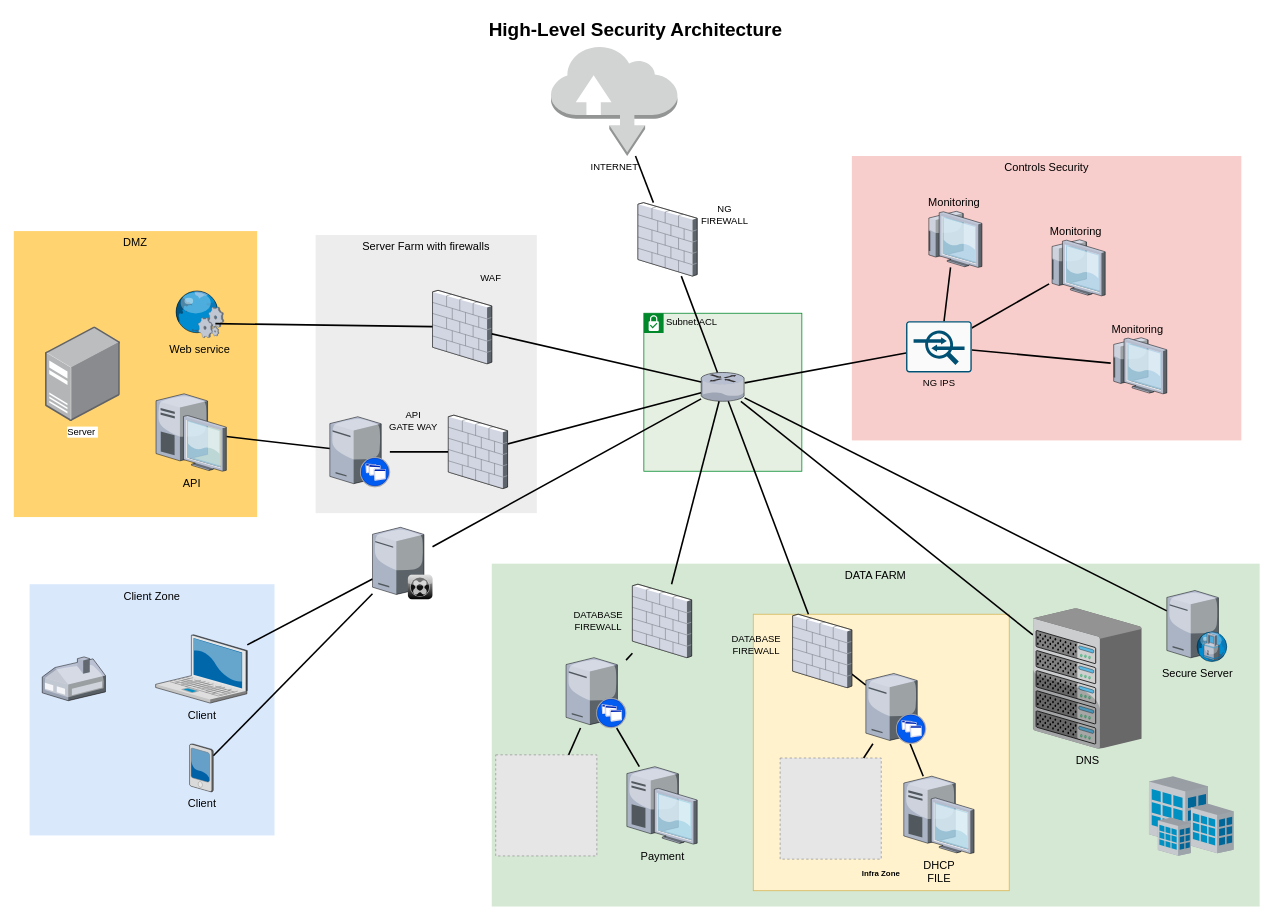
Before: Biểu đồ không có tiêu đề.drawio in Sang-ATTN-UIT/High-Level-Security-Architecture-, a draw.io diagram. Source tidied: cells renumbered, new cells numbered last; positions are measured from the earlier drawing's top-left corner, leaving out a move shared by most shapes. Both pictures are drawn from the tidied source at 79%, with x=0, y=0 at pixel (13, 13). Pictures stored in the file or linked from it are replaced by grey dashed boxes.
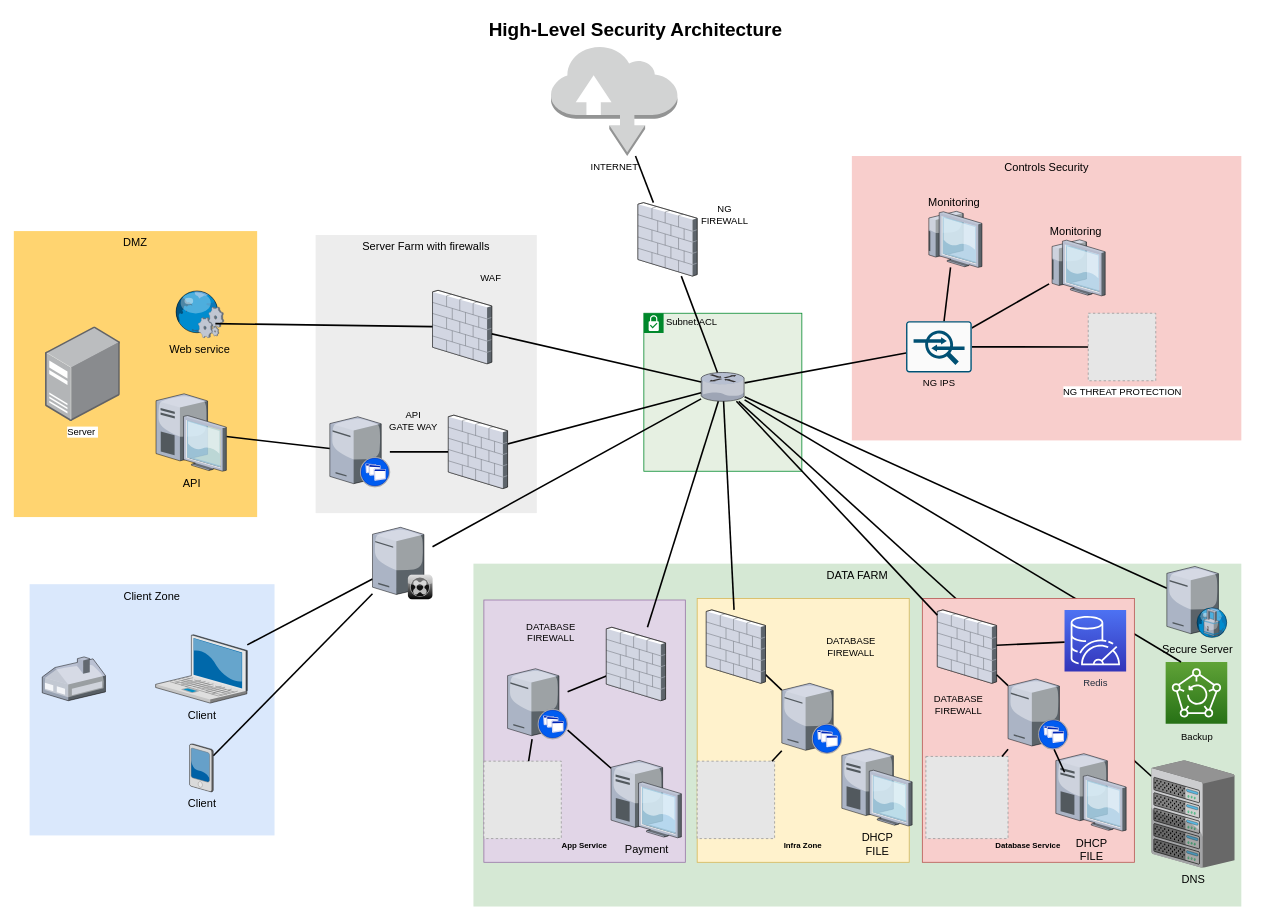
Above is the later version.

The change refers to these unchanged cells:
```xml
<mxCell id="25" style="verticalLabelPosition=bottom;html=1;verticalAlign=top;strokeColor=none;shape=mxgraph.citrix.router;fillColor=#66B2FF;gradientColor=#0066CC;fontSize=14;" parent="1" vertex="1">
  <mxGeometry x="870" y="454" width="55" height="36.5" as="geometry" />
</mxCell>
<mxCell id="66" value="NG&amp;nbsp;IPS" style="sketch=0;points=[[0.015,0.015,0],[0.985,0.015,0],[0.985,0.985,0],[0.015,0.985,0],[0.25,0,0],[0.5,0,0],[0.75,0,0],[1,0.25,0],[1,0.5,0],[1,0.75,0],[0.75,1,0],[0.5,1,0],[0.25,1,0],[0,0.75,0],[0,0.5,0],[0,0.25,0]];verticalLabelPosition=bottom;html=1;verticalAlign=top;align=center;shape=mxgraph.cisco19.rect;prIcon=ips_ids;fillColor=#FAFAFA;strokeColor=#005073;" parent="1" vertex="1">
  <mxGeometry x="1129.4" y="389" width="83.2" height="65" as="geometry" />
</mxCell>
```

Change to the diagram source:
```diff
@@
     <mxCell id="2" value="DATA FARM" style="whiteSpace=wrap;html=1;fillColor=#d5e8d4;fontSize=14;strokeColor=none;verticalAlign=top;" parent="1" vertex="1">
-      <mxGeometry x="605" y="696" width="972" height="434" as="geometry" />
+      <mxGeometry x="581.8" y="696" width="972" height="434" as="geometry" />
     </mxCell>
+    <mxCell id="67" value="&lt;h5 style=&quot;line-height: 50%;&quot;&gt;App Service&lt;/h5&gt;" style="rounded=0;whiteSpace=wrap;html=1;verticalAlign=bottom;fillColor=#e1d5e7;strokeColor=#9673a6;" parent="1" vertex="1">
+      <mxGeometry x="595" y="742" width="255" height="332" as="geometry" />
+    </mxCell>
     <mxCell id="3" value="&lt;h5 style=&quot;line-height: 50%;&quot;&gt;Infra Zone&lt;/h5&gt;" style="rounded=0;whiteSpace=wrap;html=1;verticalAlign=bottom;fillColor=#fff2cc;strokeColor=#d6b656;" parent="1" vertex="1">
-      <mxGeometry x="936" y="760" width="324" height="350" as="geometry" />
+      <mxGeometry x="865" y="740" width="268.4" height="334" as="geometry" />
     </mxCell>
@@
     <mxCell id="14" value="DHCP&lt;br&gt;FILE" style="verticalLabelPosition=bottom;html=1;verticalAlign=top;strokeColor=none;shape=mxgraph.citrix.desktop;fillColor=#66B2FF;gradientColor=#0066CC;fontSize=14;" parent="1" vertex="1">
-      <mxGeometry x="1126.5" y="965" width="89" height="98" as="geometry" />
+      <mxGeometry x="1048.1" y="930" width="89" height="98" as="geometry" />
     </mxCell>
@@
     <mxCell id="20" style="verticalLabelPosition=bottom;html=1;verticalAlign=top;strokeColor=none;shape=mxgraph.citrix.xenapp_server;fillColor=#66B2FF;gradientColor=#0066CC;fontSize=14;" parent="1" vertex="1">
-      <mxGeometry x="1078.5" y="835" width="76" height="89" as="geometry" />
+      <mxGeometry x="972.1" y="847.5" width="76" height="89" as="geometry" />
     </mxCell>
@@
     <mxCell id="28" value="DNS" style="verticalLabelPosition=bottom;html=1;verticalAlign=top;strokeColor=none;shape=mxgraph.citrix.chassis;fillColor=#66B2FF;gradientColor=#0066CC;fontSize=14;" parent="1" vertex="1">
-      <mxGeometry x="1290" y="752.5" width="137.5" height="177.5" as="geometry" />
+      <mxGeometry x="1440" y="945" width="105.2" height="135.8" as="geometry" />
     </mxCell>
@@
     <mxCell id="30" style="verticalLabelPosition=bottom;html=1;verticalAlign=top;strokeColor=none;shape=mxgraph.citrix.firewall;fillColor=#66B2FF;gradientColor=#0066CC;fontSize=14;" parent="1" vertex="1">
-      <mxGeometry x="985.8" y="760" width="75" height="93" as="geometry" />
+      <mxGeometry x="876.5" y="754.5" width="75" height="93" as="geometry" />
     </mxCell>
@@
     <mxCell id="34" value="Secure Server" style="verticalLabelPosition=bottom;html=1;verticalAlign=top;strokeColor=none;shape=mxgraph.citrix.proxy_server;fillColor=#66B2FF;gradientColor=#0066CC;fontSize=14;" parent="1" vertex="1">
-      <mxGeometry x="1459.5" y="730" width="76.5" height="90" as="geometry" />
+      <mxGeometry x="1459.5" y="699.5" width="76.5" height="90" as="geometry" />
     </mxCell>
@@
-    <mxCell id="37" style="edgeStyle=none;rounded=0;html=1;startSize=10;endSize=10;jettySize=auto;fontSize=14;endArrow=none;endFill=0;strokeWidth=2;" parent="1" edge="1" source="66" target="38">
+    <mxCell id="37" style="edgeStyle=none;rounded=0;html=1;startSize=10;endSize=10;jettySize=auto;fontSize=14;endArrow=none;endFill=0;strokeWidth=2;" parent="1" edge="1" source="66" target="83">
       <mxGeometry relative="1" as="geometry" />
     </mxCell>
-    <mxCell id="38" value="Monitoring&amp;nbsp;" style="verticalLabelPosition=top;html=1;verticalAlign=bottom;strokeColor=none;shape=mxgraph.citrix.thin_client;fillColor=#66B2FF;gradientColor=#0066CC;fontSize=14;labelPosition=center;align=center;" parent="1" vertex="1">
-      <mxGeometry x="1388.5" y="410" width="71" height="71" as="geometry" />
-    </mxCell>
@@
-    <mxCell id="42" style="verticalLabelPosition=bottom;html=1;verticalAlign=top;strokeColor=none;shape=mxgraph.citrix.site;fillColor=#66B2FF;gradientColor=#0066CC;fontSize=14;" parent="1" vertex="1">
-      <mxGeometry x="1437" y="965" width="107" height="101" as="geometry" />
-    </mxCell>
@@
     <mxCell id="48" style="fillColor=#E6E6E6;strokeColor=#999999;dashed=1;html=1;verticalAlign=top;verticalLabelPosition=bottom;labelBackgroundColor=#ffffff;" parent="1" vertex="1">
-      <mxGeometry x="970" y="942" width="128" height="128" as="geometry" />
+      <mxGeometry x="865" y="946" width="98" height="98" as="geometry" />
     </mxCell>
@@
     <mxCell id="51" value="Payment" style="verticalLabelPosition=bottom;html=1;verticalAlign=top;strokeColor=none;shape=mxgraph.citrix.desktop;fillColor=#66B2FF;gradientColor=#0066CC;fontSize=14;" parent="1" vertex="1">
-      <mxGeometry x="776" y="953" width="89" height="98" as="geometry" />
+      <mxGeometry x="756" y="945" width="89" height="98" as="geometry" />
     </mxCell>
@@
     <mxCell id="53" style="verticalLabelPosition=bottom;html=1;verticalAlign=top;strokeColor=none;shape=mxgraph.citrix.xenapp_server;fillColor=#66B2FF;gradientColor=#0066CC;fontSize=14;" parent="1" vertex="1">
-      <mxGeometry x="699" y="815" width="76" height="89" as="geometry" />
+      <mxGeometry x="625" y="829" width="76" height="89" as="geometry" />
     </mxCell>
     <mxCell id="54" style="verticalLabelPosition=bottom;html=1;verticalAlign=top;strokeColor=none;shape=mxgraph.citrix.firewall;fillColor=#66B2FF;gradientColor=#0066CC;fontSize=14;" parent="1" vertex="1">
-      <mxGeometry x="783" y="722" width="75" height="93" as="geometry" />
+      <mxGeometry x="750" y="776.5" width="75" height="93" as="geometry" />
     </mxCell>
     <mxCell id="55" style="fillColor=#E6E6E6;strokeColor=#999999;dashed=1;html=1;verticalAlign=top;verticalLabelPosition=bottom;labelBackgroundColor=#ffffff;" parent="1" vertex="1">
-      <mxGeometry x="610" y="938" width="128" height="128" as="geometry" />
+      <mxGeometry x="595" y="946" width="98" height="98" as="geometry" />
     </mxCell>
@@
     <mxCell id="61" value="DATABASE&lt;br&gt;FIREWALL" style="text;html=1;strokeColor=none;fillColor=none;align=center;verticalAlign=middle;whiteSpace=wrap;rounded=0;" parent="1" vertex="1">
-      <mxGeometry x="710" y="752.5" width="60" height="30" as="geometry" />
+      <mxGeometry x="650" y="767.5" width="60" height="30" as="geometry" />
     </mxCell>
     <mxCell id="62" value="DATABASE&lt;br&gt;FIREWALL" style="text;html=1;strokeColor=none;fillColor=none;align=center;verticalAlign=middle;whiteSpace=wrap;rounded=0;" parent="1" vertex="1">
-      <mxGeometry x="910" y="784" width="60" height="30" as="geometry" />
+      <mxGeometry x="1030" y="786" width="60" height="30" as="geometry" />
     </mxCell>
@@
+    <mxCell id="68" style="sketch=0;points=[[0,0,0],[0.25,0,0],[0.5,0,0],[0.75,0,0],[1,0,0],[0,1,0],[0.25,1,0],[0.5,1,0],[0.75,1,0],[1,1,0],[0,0.25,0],[0,0.5,0],[0,0.75,0],[1,0.25,0],[1,0.5,0],[1,0.75,0]];outlineConnect=0;fontColor=#232F3E;gradientColor=#60A337;gradientDirection=north;fillColor=#277116;strokeColor=#ffffff;dashed=0;verticalLabelPosition=bottom;verticalAlign=top;align=center;html=1;fontSize=12;fontStyle=0;shape=mxgraph.aws4.resourceIcon;resIcon=mxgraph.aws4.backup;" parent="1" vertex="1">
+      <mxGeometry x="1458" y="820.5" width="78" height="78" as="geometry" />
+    </mxCell>
+    <mxCell id="69" value="Backup" style="text;html=1;strokeColor=none;fillColor=none;align=center;verticalAlign=middle;whiteSpace=wrap;rounded=0;" parent="1" vertex="1">
+      <mxGeometry x="1467.8" y="901" width="60" height="30" as="geometry" />
+    </mxCell>
+    <mxCell id="70" style="edgeStyle=none;rounded=0;html=1;startSize=10;endSize=10;jettySize=auto;fontSize=14;endArrow=none;endFill=0;strokeWidth=2;entryX=0.25;entryY=0;entryDx=0;entryDy=0;entryPerimeter=0;" parent="1" edge="1" source="25" target="68">
+      <mxGeometry relative="1" as="geometry" />
+    </mxCell>
+    <mxCell id="71" value="&lt;h5 style=&quot;line-height: 50%;&quot;&gt;Database Service&lt;/h5&gt;" style="rounded=0;whiteSpace=wrap;html=1;verticalAlign=bottom;fillColor=#f8cecc;strokeColor=#b85450;" parent="1" vertex="1">
+      <mxGeometry x="1150" y="740" width="268.4" height="334" as="geometry" />
+    </mxCell>
+    <mxCell id="72" value="DHCP&lt;br&gt;FILE" style="verticalLabelPosition=bottom;html=1;verticalAlign=top;strokeColor=none;shape=mxgraph.citrix.desktop;fillColor=#66B2FF;gradientColor=#0066CC;fontSize=14;" parent="1" vertex="1">
+      <mxGeometry x="1319" y="936.5" width="89" height="98" as="geometry" />
+    </mxCell>
+    <mxCell id="73" style="verticalLabelPosition=bottom;html=1;verticalAlign=top;strokeColor=none;shape=mxgraph.citrix.xenapp_server;fillColor=#66B2FF;gradientColor=#0066CC;fontSize=14;" parent="1" vertex="1">
+      <mxGeometry x="1258.5" y="842" width="76" height="89" as="geometry" />
+    </mxCell>
+    <mxCell id="74" style="verticalLabelPosition=bottom;html=1;verticalAlign=top;strokeColor=none;shape=mxgraph.citrix.firewall;fillColor=#66B2FF;gradientColor=#0066CC;fontSize=14;" parent="1" vertex="1">
+      <mxGeometry x="1169" y="754.5" width="75" height="93" as="geometry" />
+    </mxCell>
+    <mxCell id="75" style="fillColor=#E6E6E6;strokeColor=#999999;dashed=1;html=1;verticalAlign=top;verticalLabelPosition=bottom;labelBackgroundColor=#ffffff;" parent="1" vertex="1">
+      <mxGeometry x="1154.5" y="940" width="104" height="104" as="geometry" />
+    </mxCell>
+    <mxCell id="76" style="edgeStyle=none;rounded=0;html=1;startSize=10;endSize=10;jettySize=auto;fontSize=14;endArrow=none;endFill=0;strokeWidth=2;" parent="1" edge="1" source="74" target="25">
+      <mxGeometry relative="1" as="geometry" />
+    </mxCell>
+    <mxCell id="77" style="edgeStyle=none;rounded=0;html=1;startSize=10;endSize=10;jettySize=auto;fontSize=14;endArrow=none;endFill=0;strokeWidth=2;" parent="1" edge="1" source="73" target="74">
+      <mxGeometry relative="1" as="geometry" />
+    </mxCell>
+    <mxCell id="78" style="edgeStyle=none;rounded=0;html=1;startSize=10;endSize=10;jettySize=auto;fontSize=14;endArrow=none;endFill=0;strokeWidth=2;" parent="1" edge="1" source="75" target="73">
+      <mxGeometry relative="1" as="geometry" />
+    </mxCell>
+    <mxCell id="79" style="edgeStyle=none;rounded=0;html=1;startSize=10;endSize=10;jettySize=auto;fontSize=14;endArrow=none;endFill=0;strokeWidth=2;" parent="1" edge="1" source="73">
+      <mxGeometry relative="1" as="geometry">
+        <mxPoint x="1330" y="960" as="targetPoint" />
+      </mxGeometry>
+    </mxCell>
+    <mxCell id="80" value="Redis" style="sketch=0;points=[[0,0,0],[0.25,0,0],[0.5,0,0],[0.75,0,0],[1,0,0],[0,1,0],[0.25,1,0],[0.5,1,0],[0.75,1,0],[1,1,0],[0,0.25,0],[0,0.5,0],[0,0.75,0],[1,0.25,0],[1,0.5,0],[1,0.75,0]];outlineConnect=0;fontColor=#232F3E;gradientColor=#4D72F3;gradientDirection=north;fillColor=#3334B9;strokeColor=#ffffff;dashed=0;verticalLabelPosition=bottom;verticalAlign=top;align=center;html=1;fontSize=12;fontStyle=0;shape=mxgraph.aws4.resourceIcon;resIcon=mxgraph.aws4.memorydb_for_redis;" parent="1" vertex="1">
+      <mxGeometry x="1330" y="754.5" width="78" height="78" as="geometry" />
+    </mxCell>
+    <mxCell id="81" value="DATABASE&lt;br&gt;FIREWALL" style="text;html=1;strokeColor=none;fillColor=none;align=center;verticalAlign=middle;whiteSpace=wrap;rounded=0;" parent="1" vertex="1">
+      <mxGeometry x="1165.5" y="860" width="60" height="30" as="geometry" />
+    </mxCell>
+    <mxCell id="82" style="edgeStyle=none;rounded=0;html=1;startSize=10;endSize=10;jettySize=auto;fontSize=14;endArrow=none;endFill=0;strokeWidth=2;" parent="1" edge="1" source="80" target="74">
+      <mxGeometry relative="1" as="geometry" />
+    </mxCell>
+    <mxCell id="83" value="NG THREAT PROTECTION" style="fillColor=#E6E6E6;strokeColor=#999999;dashed=1;html=1;verticalAlign=top;verticalLabelPosition=bottom;labelBackgroundColor=#ffffff;" parent="1" vertex="1">
+      <mxGeometry x="1360" y="379" width="85.5" height="85.5" as="geometry" />
+    </mxCell>
```
